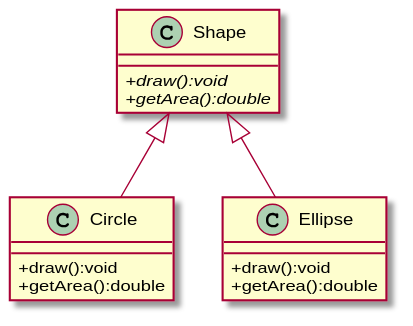
Before: UML/StructureDiagrams/ClassDiagram/diagrams/ShapeCircleEllipse.svg, a diagram exported from PlantUML (behnamasadi/software_engineering).
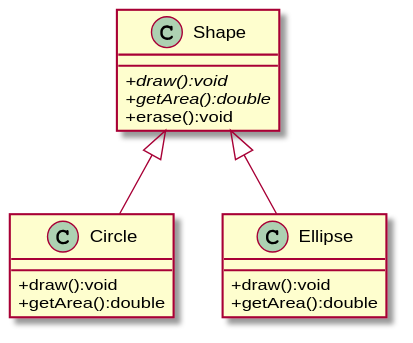
Later version of the same file.

What changed in the source:
```diff
@@ -4,6 +4,7 @@
 {
 +     {abstract} draw():void
 +     {abstract} getArea():double
++     erase():void
 }
 class Circle
 {
```
